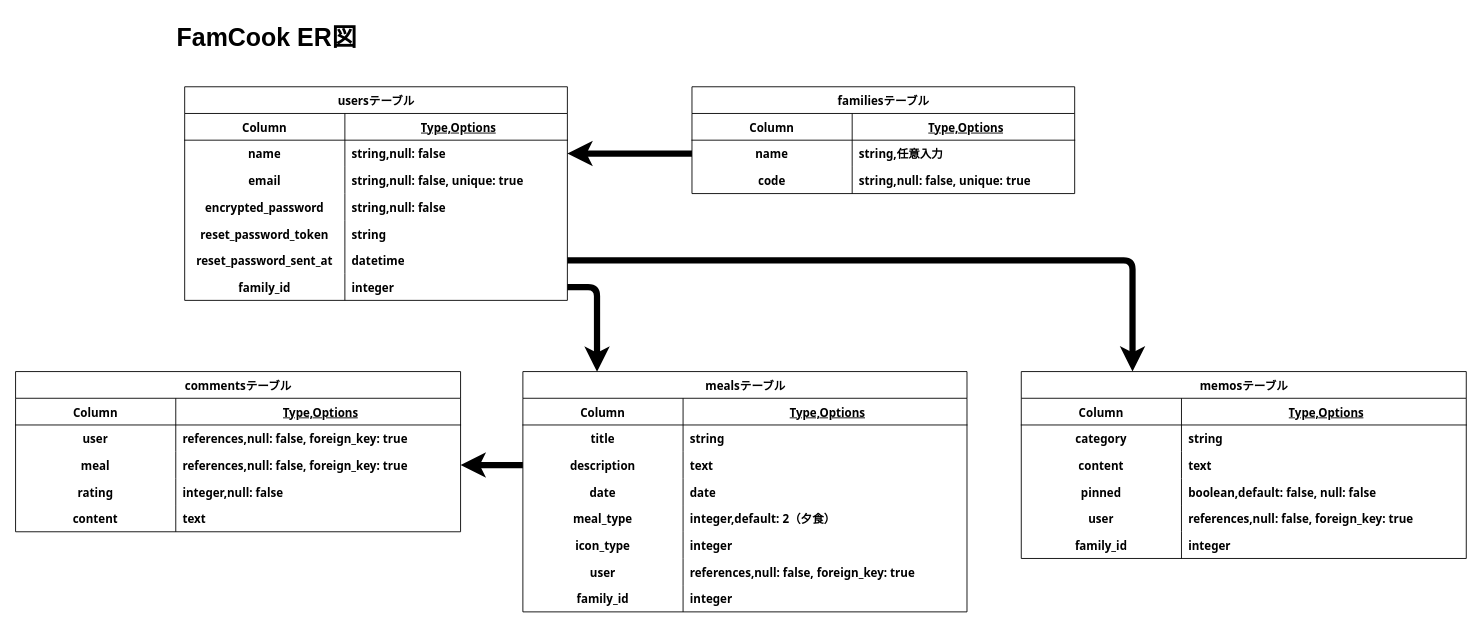
This is FamCook_ER.dio from Yuyakun0316/FamCook, a draw.io file, before an edit. Source tidied: cells renumbered, new cells numbered last; positions are measured from the earlier drawing's top-left corner, leaving out a move shared by most shapes. Both pictures are drawn from the tidied source at 89%, with x=0, y=0 at pixel (15, 15).
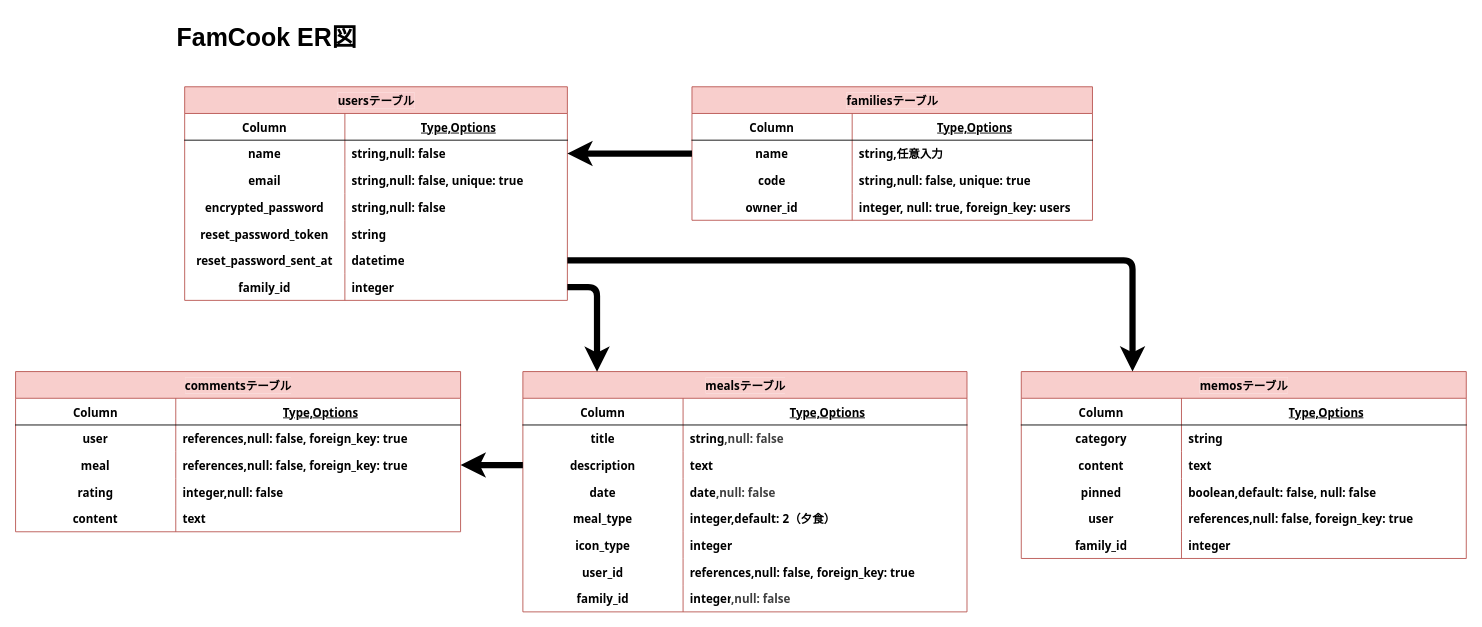
Above is the later version.

The change refers to these unchanged cells:
```xml
<mxCell id="38" style="shape=tableRow;horizontal=0;startSize=0;swimlaneHead=0;swimlaneBody=0;fillColor=none;top=0;left=0;right=0;bottom=0;labelBackgroundColor=#FFFFFF;fontColor=default;fontStyle=1;fontFamily=Tahoma;fontSize=13;" parent="34" vertex="1">
  <mxGeometry y="60" width="499" height="30" as="geometry" />
</mxCell>
<mxCell id="44" style="shape=tableRow;horizontal=0;startSize=0;swimlaneHead=0;swimlaneBody=0;fillColor=none;top=0;left=0;right=0;bottom=0;labelBackgroundColor=#FFFFFF;fontColor=default;fontStyle=1;fontFamily=Tahoma;fontSize=13;" parent="34" vertex="1">
  <mxGeometry y="120" width="499" height="30" as="geometry" />
</mxCell>
<mxCell id="53" style="shape=tableRow;horizontal=0;startSize=0;swimlaneHead=0;swimlaneBody=0;fillColor=none;top=0;left=0;right=0;bottom=0;labelBackgroundColor=#FFFFFF;fontColor=default;fontStyle=1;fontFamily=Tahoma;fontSize=13;" parent="34" vertex="1">
  <mxGeometry y="210" width="499" height="30" as="geometry" />
</mxCell>
<mxCell id="56" style="shape=tableRow;horizontal=0;startSize=0;swimlaneHead=0;swimlaneBody=0;fillColor=none;top=0;left=0;right=0;bottom=0;labelBackgroundColor=#FFFFFF;fontColor=default;fontStyle=1;fontFamily=Tahoma;fontSize=13;" parent="34" vertex="1">
  <mxGeometry y="240" width="499" height="30" as="geometry" />
</mxCell>
```

What changed in the source:
```diff
@@
-    <mxCell id="2" value="&lt;div style=&quot;line-height: 18px; white-space-collapse: preserve;&quot;&gt;&lt;span&gt;usersテーブル&lt;/span&gt;&lt;/div&gt;" style="shape=table;startSize=30;childLayout=tableLayout;rowLines=0;fontStyle=1;align=center;html=1;labelBackgroundColor=#FFFFFF;fontColor=default;fontFamily=Tahoma;fontSize=13;" parent="1" vertex="1">
+    <mxCell id="2" value="&lt;div style=&quot;line-height: 18px; white-space-collapse: preserve;&quot;&gt;&lt;span style=&quot;background-color: light-dark(rgb(248, 204, 204), rgb(237, 237, 237));&quot;&gt;usersテーブル&lt;/span&gt;&lt;/div&gt;" style="shape=table;startSize=30;childLayout=tableLayout;rowLines=0;fontStyle=1;align=center;html=1;labelBackgroundColor=#FFFFFF;fontFamily=Tahoma;fontSize=13;fillColor=#f8cecc;strokeColor=#b85450;" parent="1" vertex="1">
       <mxGeometry x="190" y="80" width="430" height="240" as="geometry" />
     </mxCell>
@@
-    <mxCell id="24" value="&lt;div style=&quot;line-height: 18px; white-space-collapse: preserve;&quot;&gt;&lt;div style=&quot;line-height: 18px;&quot;&gt;&lt;span&gt;familiesテーブル&lt;/span&gt;&lt;/div&gt;&lt;/div&gt;" style="shape=table;startSize=30;childLayout=tableLayout;rowLines=0;fontStyle=1;align=center;html=1;labelBackgroundColor=#FFFFFF;fontColor=default;fontFamily=Tahoma;fontSize=13;" parent="1" vertex="1">
-      <mxGeometry x="760" y="80" width="430" height="120" as="geometry" />
+    <mxCell id="24" value="&lt;div style=&quot;line-height: 18px; white-space-collapse: preserve;&quot;&gt;&lt;div style=&quot;line-height: 18px;&quot;&gt;&lt;span style=&quot;background-color: light-dark(rgb(248, 206, 204), rgb(237, 237, 237));&quot;&gt;familiesテーブル&lt;/span&gt;&lt;/div&gt;&lt;/div&gt;" style="shape=table;startSize=30;childLayout=tableLayout;rowLines=0;fontStyle=1;align=center;html=1;labelBackgroundColor=#FFFFFF;fontFamily=Tahoma;fontSize=13;fillColor=#f8cecc;strokeColor=#b85450;" parent="1" vertex="1">
+      <mxGeometry x="760" y="80" width="450" height="150" as="geometry" />
     </mxCell>
     <mxCell id="25" style="shape=tableRow;horizontal=0;startSize=0;swimlaneHead=0;swimlaneBody=0;fillColor=none;top=0;left=0;right=0;bottom=1;labelBackgroundColor=#FFFFFF;fontColor=default;fontStyle=1;fontFamily=Tahoma;fontSize=13;" parent="24" vertex="1">
-      <mxGeometry y="30" width="430" height="30" as="geometry" />
+      <mxGeometry y="30" width="450" height="30" as="geometry" />
     </mxCell>
@@
     <mxCell id="27" value="&lt;div style=&quot;line-height: 18px; white-space: pre;&quot;&gt;&lt;div style=&quot;line-height: 18px;&quot;&gt;&lt;font&gt;&lt;span&gt;Type,&lt;/span&gt;&lt;span&gt;Options&lt;/span&gt;&lt;/font&gt;&lt;/div&gt;&lt;/div&gt;" style="shape=partialRectangle;fillColor=none;top=0;left=0;bottom=0;right=0;align=center;spacingLeft=6;fontStyle=5;overflow=hidden;whiteSpace=wrap;html=1;labelBackgroundColor=#FFFFFF;fontColor=default;fontFamily=Tahoma;fontSize=13;" parent="25" vertex="1">
-      <mxGeometry x="180" width="250" height="30" as="geometry" />
+      <mxGeometry x="180" width="270" height="30" as="geometry" />
     </mxCell>
     <mxCell id="28" style="shape=tableRow;horizontal=0;startSize=0;swimlaneHead=0;swimlaneBody=0;fillColor=none;points=[[0,0.5],[1,0.5]];portConstraint=eastwest;top=0;left=0;right=0;bottom=0;labelBackgroundColor=#FFFFFF;fontColor=default;fontStyle=1;fontFamily=Tahoma;fontSize=13;" parent="24" vertex="1">
-      <mxGeometry y="60" width="430" height="30" as="geometry" />
+      <mxGeometry y="60" width="450" height="30" as="geometry" />
     </mxCell>
@@
     <mxCell id="30" value="&lt;div style=&quot;line-height: 18px; white-space: pre;&quot;&gt;&lt;span&gt;string,&lt;/span&gt;&lt;span&gt;任意入力&lt;/span&gt;&lt;/div&gt;" style="shape=partialRectangle;fillColor=none;top=0;left=0;bottom=0;right=0;align=left;spacingLeft=6;overflow=hidden;whiteSpace=wrap;html=1;labelBackgroundColor=#FFFFFF;fontColor=default;fontStyle=1;fontFamily=Tahoma;fontSize=13;" parent="28" vertex="1">
-      <mxGeometry x="180" width="250" height="30" as="geometry" />
+      <mxGeometry x="180" width="270" height="30" as="geometry" />
     </mxCell>
     <mxCell id="31" style="shape=tableRow;horizontal=0;startSize=0;swimlaneHead=0;swimlaneBody=0;fillColor=none;top=0;left=0;right=0;bottom=0;labelBackgroundColor=#FFFFFF;fontColor=default;fontStyle=1;fontFamily=Tahoma;fontSize=13;" parent="24" vertex="1">
-      <mxGeometry y="90" width="430" height="30" as="geometry" />
+      <mxGeometry y="90" width="450" height="30" as="geometry" />
     </mxCell>
@@
     <mxCell id="33" value="&lt;div style=&quot;line-height: 18px; white-space: pre;&quot;&gt;&lt;span&gt;string,null: false, unique: true&lt;/span&gt;&lt;/div&gt;" style="shape=partialRectangle;fillColor=none;top=0;left=0;bottom=0;right=0;align=left;spacingLeft=6;overflow=hidden;whiteSpace=wrap;html=1;labelBackgroundColor=#FFFFFF;fontColor=default;fontStyle=1;fontFamily=Tahoma;fontSize=13;" parent="31" vertex="1">
-      <mxGeometry x="180" width="250" height="30" as="geometry" />
+      <mxGeometry x="180" width="270" height="30" as="geometry" />
     </mxCell>
+    <mxCell id="99" style="shape=tableRow;horizontal=0;startSize=0;swimlaneHead=0;swimlaneBody=0;fillColor=none;top=0;left=0;right=0;bottom=0;labelBackgroundColor=#FFFFFF;fontColor=default;fontStyle=1;fontFamily=Tahoma;fontSize=13;" parent="24" vertex="1">
+      <mxGeometry y="120" width="450" height="30" as="geometry" />
+    </mxCell>
+    <mxCell id="100" value="&lt;div style=&quot;line-height: 18px; white-space: pre;&quot;&gt;&lt;div style=&quot;line-height: 18px;&quot;&gt;owner_id&lt;/div&gt;&lt;/div&gt;" style="shape=partialRectangle;fillColor=none;top=0;left=0;bottom=0;right=0;overflow=hidden;whiteSpace=wrap;html=1;labelBackgroundColor=#FFFFFF;fontColor=default;fontStyle=1;fontFamily=Tahoma;fontSize=13;" parent="99" vertex="1">
+      <mxGeometry width="180" height="30" as="geometry" />
+    </mxCell>
+    <mxCell id="101" value="&lt;div style=&quot;line-height: 18px;&quot;&gt;integer, null: true, foreign_key: users&lt;/div&gt;" style="shape=partialRectangle;fillColor=none;top=0;left=0;bottom=0;right=0;align=left;spacingLeft=6;overflow=hidden;whiteSpace=wrap;html=1;labelBackgroundColor=#FFFFFF;fontColor=default;fontStyle=1;fontFamily=Tahoma;fontSize=13;" parent="99" vertex="1">
+      <mxGeometry x="180" width="270" height="30" as="geometry" />
+    </mxCell>
-    <mxCell id="34" value="&lt;div style=&quot;line-height: 18px; white-space-collapse: preserve;&quot;&gt;&lt;div style=&quot;line-height: 18px;&quot;&gt;&lt;span&gt;mealsテーブル&lt;/span&gt;&lt;/div&gt;&lt;/div&gt;" style="shape=table;startSize=30;childLayout=tableLayout;rowLines=0;fontStyle=1;align=center;html=1;labelBackgroundColor=#FFFFFF;fontColor=default;fontFamily=Tahoma;fontSize=13;" parent="1" vertex="1">
+    <mxCell id="34" value="&lt;div style=&quot;line-height: 18px; white-space-collapse: preserve;&quot;&gt;&lt;div style=&quot;line-height: 18px;&quot;&gt;&lt;span style=&quot;background-color: light-dark(rgb(248, 206, 204), rgb(237, 237, 237));&quot;&gt;mealsテーブル&lt;/span&gt;&lt;/div&gt;&lt;/div&gt;" style="shape=table;startSize=30;childLayout=tableLayout;rowLines=0;fontStyle=1;align=center;html=1;labelBackgroundColor=#FFFFFF;fontFamily=Tahoma;fontSize=13;fillColor=#f8cecc;strokeColor=#b85450;" parent="1" vertex="1">
       <mxGeometry x="570" y="400" width="499" height="270" as="geometry" />
     </mxCell>
@@
-    <mxCell id="40" value="&lt;div style=&quot;line-height: 18px; white-space: pre;&quot;&gt;&lt;div style=&quot;line-height: 18px;&quot;&gt;&lt;span&gt;string&lt;/span&gt;&lt;/div&gt;&lt;/div&gt;" style="shape=partialRectangle;fillColor=none;top=0;left=0;bottom=0;right=0;align=left;spacingLeft=6;overflow=hidden;whiteSpace=wrap;html=1;labelBackgroundColor=#FFFFFF;fontColor=default;fontStyle=1;fontFamily=Tahoma;fontSize=13;" parent="38" vertex="1">
+    <mxCell id="40" value="&lt;div style=&quot;line-height: 18px; white-space: pre;&quot;&gt;&lt;div style=&quot;line-height: 18px;&quot;&gt;&lt;span&gt;string&lt;/span&gt;&lt;span style=&quot;color: rgb(63, 63, 63); background-color: light-dark(rgb(255, 255, 255), rgb(18, 18, 18));&quot;&gt;,null: false&lt;/span&gt;&lt;/div&gt;&lt;/div&gt;" style="shape=partialRectangle;fillColor=none;top=0;left=0;bottom=0;right=0;align=left;spacingLeft=6;overflow=hidden;whiteSpace=wrap;html=1;labelBackgroundColor=#FFFFFF;fontColor=default;fontStyle=1;fontFamily=Tahoma;fontSize=13;" parent="38" vertex="1">
       <mxGeometry x="180" width="319" height="30" as="geometry" />
     </mxCell>
@@
-    <mxCell id="46" value="&lt;div style=&quot;line-height: 18px; white-space: pre;&quot;&gt;&lt;div style=&quot;line-height: 18px;&quot;&gt;&lt;span&gt;date&lt;/span&gt;&lt;/div&gt;&lt;/div&gt;" style="shape=partialRectangle;fillColor=none;top=0;left=0;bottom=0;right=0;align=left;spacingLeft=6;overflow=hidden;whiteSpace=wrap;html=1;labelBackgroundColor=#FFFFFF;fontColor=default;fontStyle=1;fontFamily=Tahoma;fontSize=13;" parent="44" vertex="1">
+    <mxCell id="46" value="&lt;div style=&quot;line-height: 18px; white-space: pre;&quot;&gt;&lt;div style=&quot;line-height: 18px;&quot;&gt;&lt;span&gt;date&lt;/span&gt;&lt;span style=&quot;color: rgb(63, 63, 63); background-color: light-dark(rgb(255, 255, 255), rgb(18, 18, 18));&quot;&gt;,null: false&lt;/span&gt;&lt;/div&gt;&lt;/div&gt;" style="shape=partialRectangle;fillColor=none;top=0;left=0;bottom=0;right=0;align=left;spacingLeft=6;overflow=hidden;whiteSpace=wrap;html=1;labelBackgroundColor=#FFFFFF;fontColor=default;fontStyle=1;fontFamily=Tahoma;fontSize=13;" parent="44" vertex="1">
       <mxGeometry x="180" width="319" height="30" as="geometry" />
     </mxCell>
@@
-    <mxCell id="54" value="&lt;div style=&quot;line-height: 18px; white-space: pre;&quot;&gt;&lt;div style=&quot;line-height: 18px;&quot;&gt;&lt;span&gt;user&lt;/span&gt;&lt;/div&gt;&lt;/div&gt;" style="shape=partialRectangle;fillColor=none;top=0;left=0;bottom=0;right=0;overflow=hidden;whiteSpace=wrap;html=1;labelBackgroundColor=#FFFFFF;fontColor=default;fontStyle=1;fontFamily=Tahoma;fontSize=13;" parent="53" vertex="1">
+    <mxCell id="54" value="&lt;div style=&quot;line-height: 18px; white-space: pre;&quot;&gt;&lt;div style=&quot;line-height: 18px;&quot;&gt;&lt;span&gt;user_id&lt;/span&gt;&lt;/div&gt;&lt;/div&gt;" style="shape=partialRectangle;fillColor=none;top=0;left=0;bottom=0;right=0;overflow=hidden;whiteSpace=wrap;html=1;labelBackgroundColor=#FFFFFF;fontColor=default;fontStyle=1;fontFamily=Tahoma;fontSize=13;" parent="53" vertex="1">
       <mxGeometry width="180" height="30" as="geometry" />
     </mxCell>
@@
-    <mxCell id="58" value="&lt;div style=&quot;line-height: 18px; white-space: pre;&quot;&gt;&lt;span&gt;integer&lt;/span&gt;&lt;/div&gt;" style="shape=partialRectangle;fillColor=none;top=0;left=0;bottom=0;right=0;align=left;spacingLeft=6;overflow=hidden;whiteSpace=wrap;html=1;labelBackgroundColor=#FFFFFF;fontColor=default;fontStyle=1;fontFamily=Tahoma;fontSize=13;" parent="56" vertex="1">
+    <mxCell id="58" value="&lt;div style=&quot;line-height: 18px; white-space: pre;&quot;&gt;&lt;span&gt;integer&lt;/span&gt;&lt;span style=&quot;color: rgb(63, 63, 63); background-color: light-dark(rgb(255, 255, 255), rgb(18, 18, 18));&quot;&gt;,null: false&lt;/span&gt;&lt;/div&gt;" style="shape=partialRectangle;fillColor=none;top=0;left=0;bottom=0;right=0;align=left;spacingLeft=6;overflow=hidden;whiteSpace=wrap;html=1;labelBackgroundColor=#FFFFFF;fontColor=default;fontStyle=1;fontFamily=Tahoma;fontSize=13;" parent="56" vertex="1">
       <mxGeometry x="180" width="319" height="30" as="geometry" />
     </mxCell>
-    <mxCell id="59" value="&lt;div style=&quot;line-height: 18px; white-space-collapse: preserve;&quot;&gt;&lt;div style=&quot;line-height: 18px;&quot;&gt;&lt;span&gt;commentsテーブル&lt;/span&gt;&lt;/div&gt;&lt;/div&gt;" style="shape=table;startSize=30;childLayout=tableLayout;rowLines=0;fontStyle=1;align=center;html=1;labelBackgroundColor=#FFFFFF;fontColor=default;fontFamily=Tahoma;fontSize=13;" parent="1" vertex="1">
+    <mxCell id="59" value="&lt;div style=&quot;line-height: 18px; white-space-collapse: preserve;&quot;&gt;&lt;div style=&quot;line-height: 18px;&quot;&gt;&lt;span style=&quot;background-color: light-dark(rgb(248, 206, 204), rgb(237, 237, 237));&quot;&gt;commentsテーブル&lt;/span&gt;&lt;/div&gt;&lt;/div&gt;" style="shape=table;startSize=30;childLayout=tableLayout;rowLines=0;fontStyle=1;align=center;html=1;labelBackgroundColor=#FFFFFF;fontFamily=Tahoma;fontSize=13;fillColor=#f8cecc;strokeColor=#b85450;" parent="1" vertex="1">
       <mxGeometry y="400" width="500" height="180" as="geometry" />
     </mxCell>
@@
-    <mxCell id="75" value="&lt;div style=&quot;line-height: 18px; white-space-collapse: preserve;&quot;&gt;&lt;div style=&quot;line-height: 18px;&quot;&gt;&lt;span&gt;memosテーブル&lt;/span&gt;&lt;/div&gt;&lt;/div&gt;" style="shape=table;startSize=30;childLayout=tableLayout;rowLines=0;fontStyle=1;align=center;html=1;labelBackgroundColor=#FFFFFF;fontColor=default;fontFamily=Tahoma;fontSize=13;" parent="1" vertex="1">
+    <mxCell id="75" value="&lt;div style=&quot;line-height: 18px; white-space-collapse: preserve;&quot;&gt;&lt;div style=&quot;line-height: 18px;&quot;&gt;&lt;span style=&quot;background-color: light-dark(rgb(248, 206, 204), rgb(237, 237, 237));&quot;&gt;memosテーブル&lt;/span&gt;&lt;/div&gt;&lt;/div&gt;" style="shape=table;startSize=30;childLayout=tableLayout;rowLines=0;fontStyle=1;align=center;html=1;labelBackgroundColor=#FFFFFF;fontFamily=Tahoma;fontSize=13;fillColor=#f8cecc;strokeColor=#b85450;" parent="1" vertex="1">
       <mxGeometry x="1130" y="400" width="500" height="210" as="geometry" />
     </mxCell>
```
